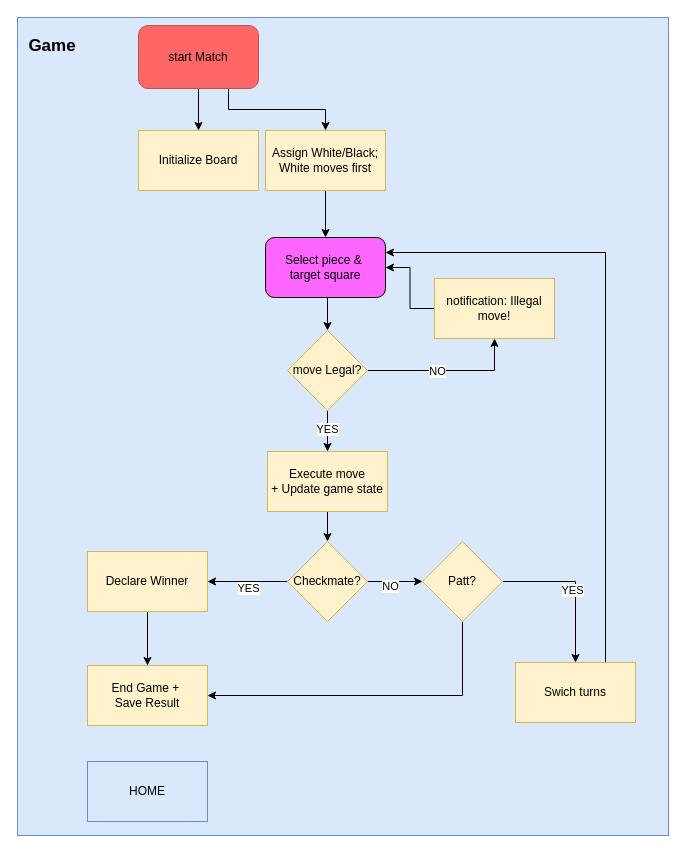
This is page "Game" (2 of 3) of Unbenanntes Diagramm.drawio from sophialenz46/Draw.io, a draw.io file, before an edit. Source tidied: cells renumbered, new cells numbered last; positions are measured from the earlier drawing's top-left corner, leaving out a move shared by most shapes. Both pictures are drawn from the tidied source at 100%, with x=0, y=0 at pixel (17, 17).
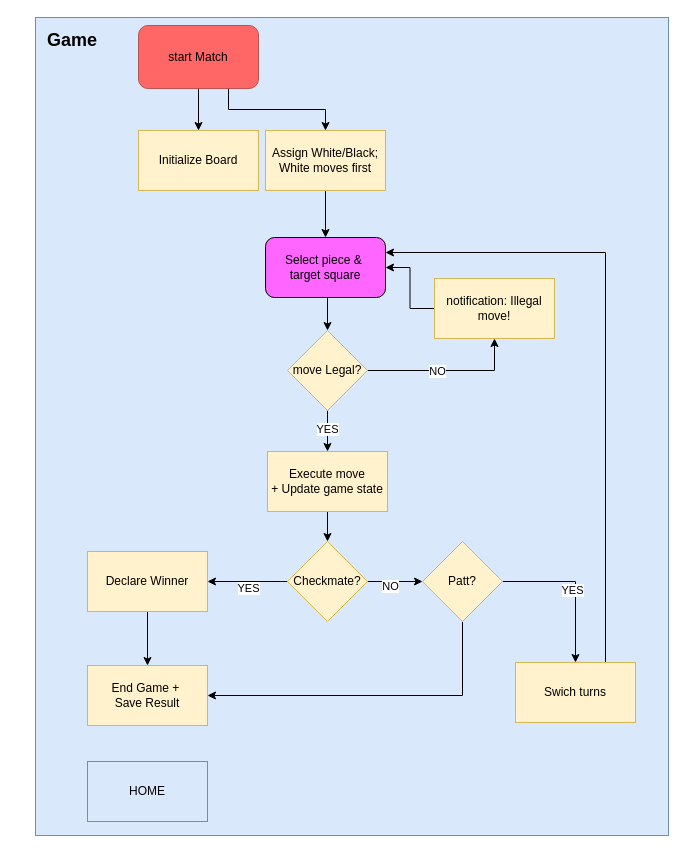
The same page after the edit.

Change to the diagram source:
```diff
@@
     <mxCell id="2" style="rounded=0;whiteSpace=wrap;html=1;fillColor=#dae8fc;strokeColor=#6c8ebf;" parent="1" vertex="1">
-      <mxGeometry width="651" height="818" as="geometry" />
+      <mxGeometry x="18" width="633" height="818" as="geometry" />
     </mxCell>
-    <mxCell id="3" value="&lt;b&gt;Game&lt;/b&gt;" style="text;html=1;whiteSpace=wrap;strokeColor=none;fillColor=none;align=center;verticalAlign=middle;rounded=0;fontSize=17;" parent="1" vertex="1">
-      <mxGeometry x="5" y="14" width="60" height="30" as="geometry" />
+    <mxCell id="3" value="&lt;b&gt;Game&lt;/b&gt;" style="text;html=1;whiteSpace=wrap;strokeColor=none;fillColor=none;align=center;verticalAlign=middle;rounded=0;fontSize=18;" parent="1" vertex="1">
+      <mxGeometry x="25" y="8" width="60" height="30" as="geometry" />
     </mxCell>
```
